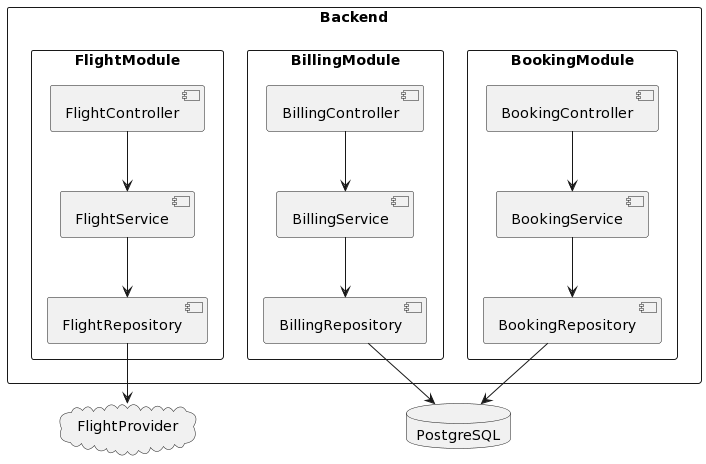
This is docs/diagrams/Backend.png from SebastianAbril/flights-app, a PlantUML export, as it was before one commit.
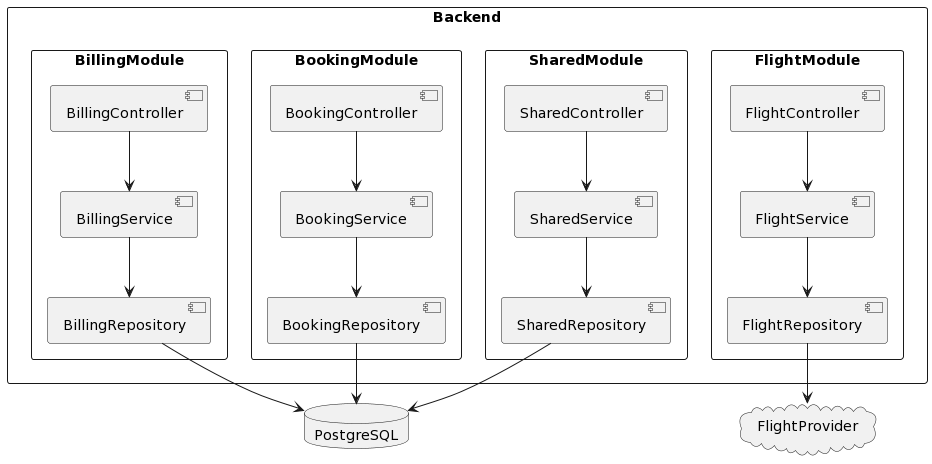
After the change.

The edit, as a diff of the source:
```diff
@@ -1,5 +1,10 @@
 @startuml
 rectangle Backend {
+     rectangle SharedModule{
+        [SharedController]
+        [SharedService]
+        [SharedRepository]
+    }
     rectangle FlightModule{
         [FlightController]
         [FlightService]
@@ -15,6 +20,7 @@
         [BookingService]
         [BookingRepository]
     }
+
 
 }
 
@@ -32,4 +38,8 @@
 BookingController --> BookingService
 BookingService --> BookingRepository
 BookingRepository --> PostgreSQL
+
+SharedController --> SharedService
+SharedService --> SharedRepository
+SharedRepository --> PostgreSQL
 @enduml
```
